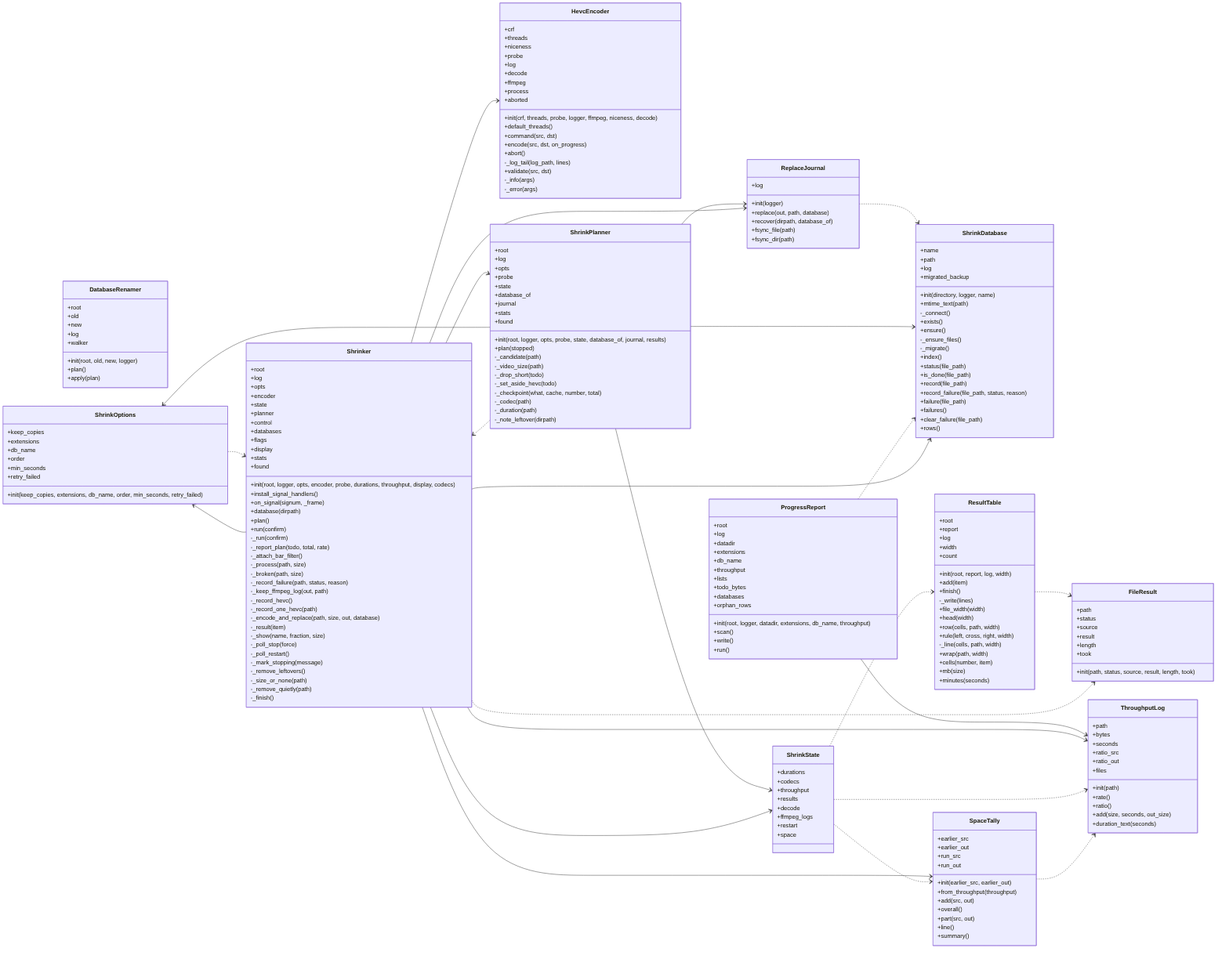
Earlier version of the Mermaid export docs/img/uml_shrink.png (peddanet/mediatools). Its source is kept beside it as docs/img/uml_shrink.mmd.
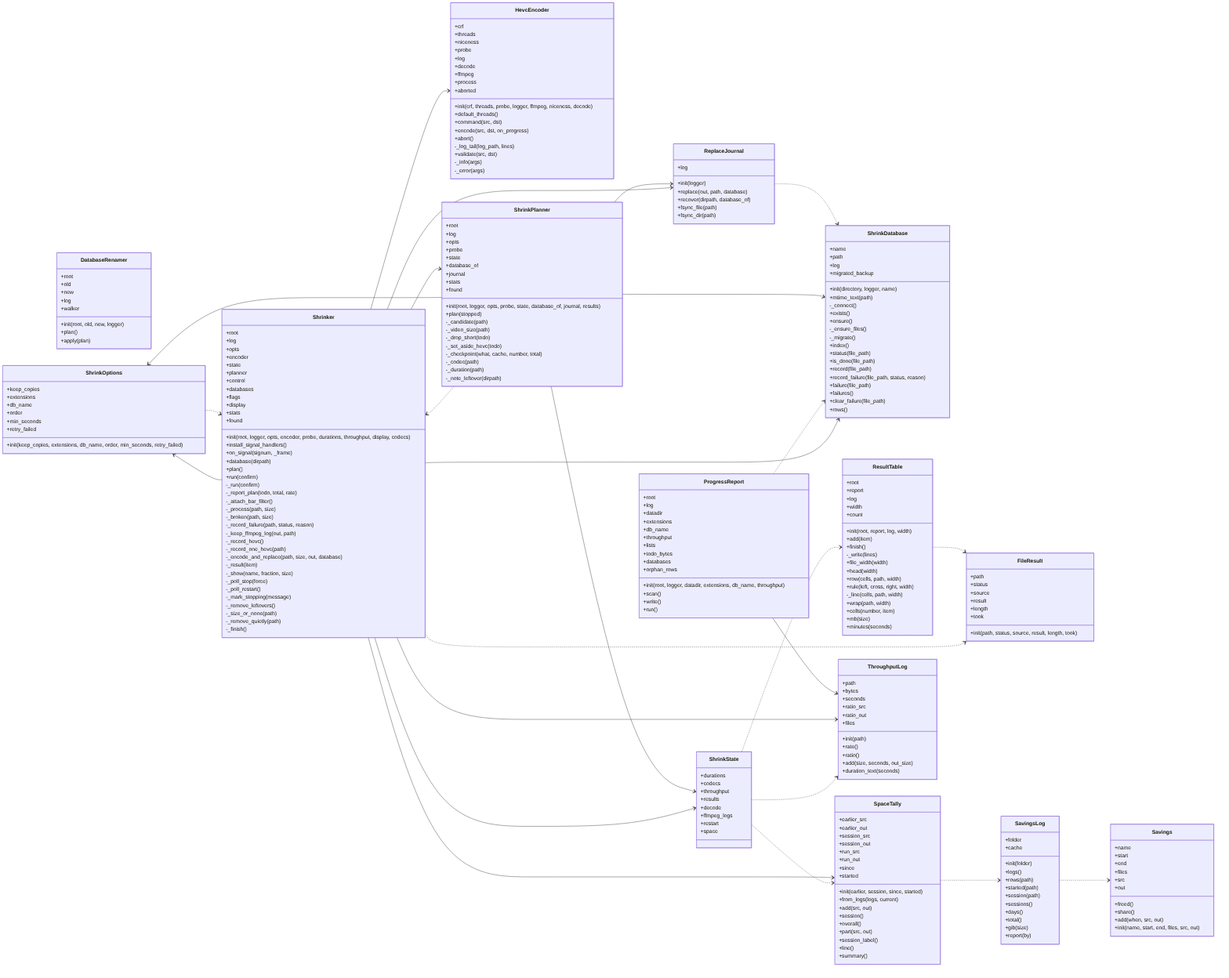
Later version of the same file.

What changed in the source:
```diff
@@ -135,6 +135,32 @@
     +mb(size)
     +minutes(seconds)
   }
+  class Savings {
+    +name
+    +start
+    +end
+    +files
+    +src
+    +out
+    +freed()
+    +share()
+    +add(when, src, out)
+    +init(name, start, end, files, src, out)
+  }
+  class SavingsLog {
+    +folder
+    +cache
+    +init(folder)
+    +logs()
+    +rows(path)
+    +started(path)
+    +session(path)
+    +sessions()
+    +days()
+    +total()
+    +gib(size)
+    +report(by)
+  }
   class Shrinker {
     +root
     +log
@@ -187,13 +213,19 @@
   class SpaceTally {
     +earlier_src
     +earlier_out
+    +session_src
+    +session_out
     +run_src
     +run_out
-    +init(earlier_src, earlier_out)
-    +from_throughput(throughput)
+    +since
+    +started
+    +init(earlier, session, since, started)
+    +from_logs(logs, current)
     +add(src, out)
+    +session()
     +overall()
     +part(src, out)
+    +session_label()
     +line()
     +summary()
   }
@@ -220,6 +252,7 @@
   ProgressReport ..> ShrinkDatabase
   ProgressReport --> ThroughputLog
   ResultTable ..> FileResult
+  SavingsLog ..> Savings
   Shrinker ..> FileResult
   Shrinker --> HevcEncoder
   Shrinker --> ReplaceJournal
@@ -232,4 +265,4 @@
   ShrinkState ..> ResultTable
   ShrinkState ..> SpaceTally
   ShrinkState ..> ThroughputLog
-  SpaceTally ..> ThroughputLog
+  SpaceTally ..> SavingsLog
```
